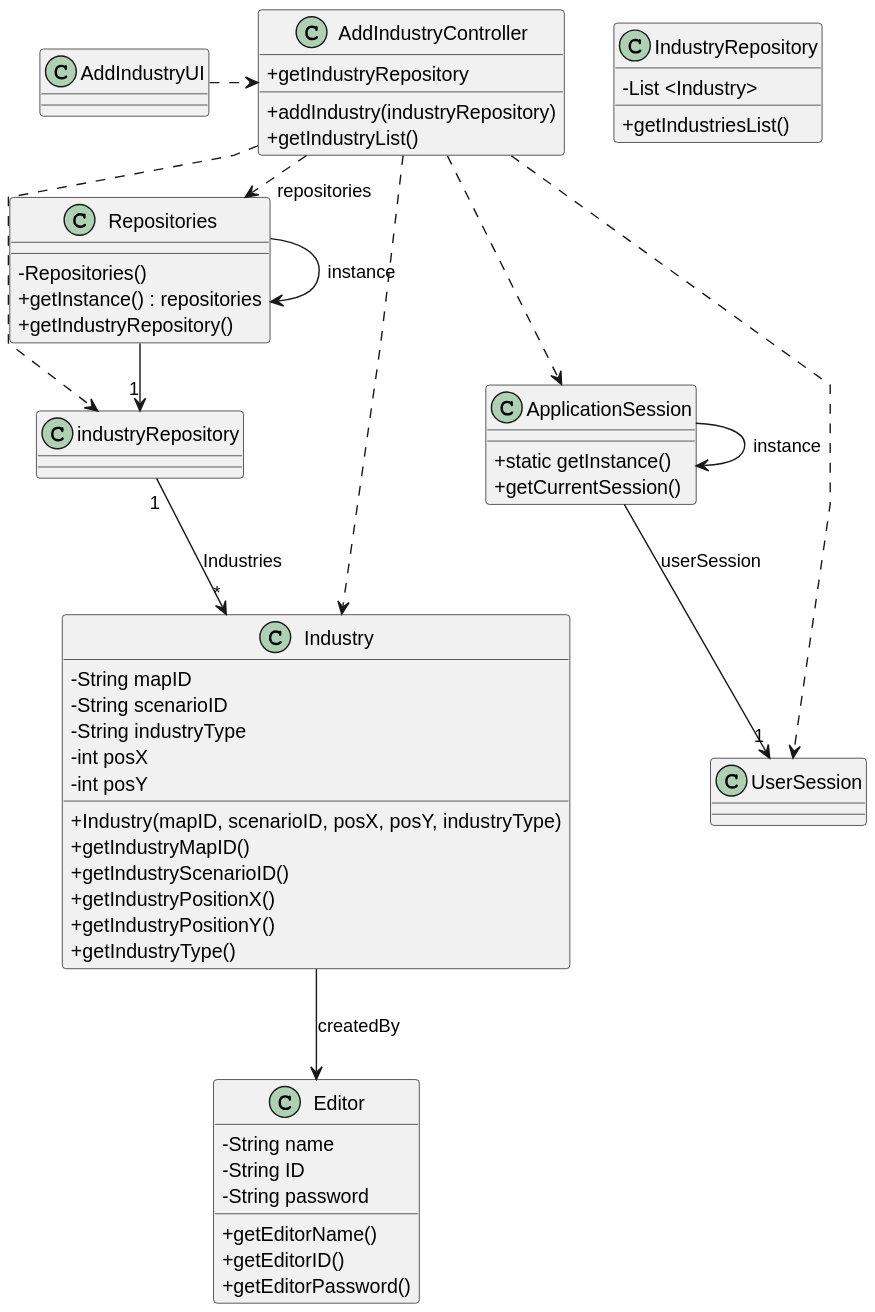
Earlier version of the PlantUML export docs/sprint2/us002/03.design/svg/us002-class-diagram.svg (ivasduarte/all-aboard).
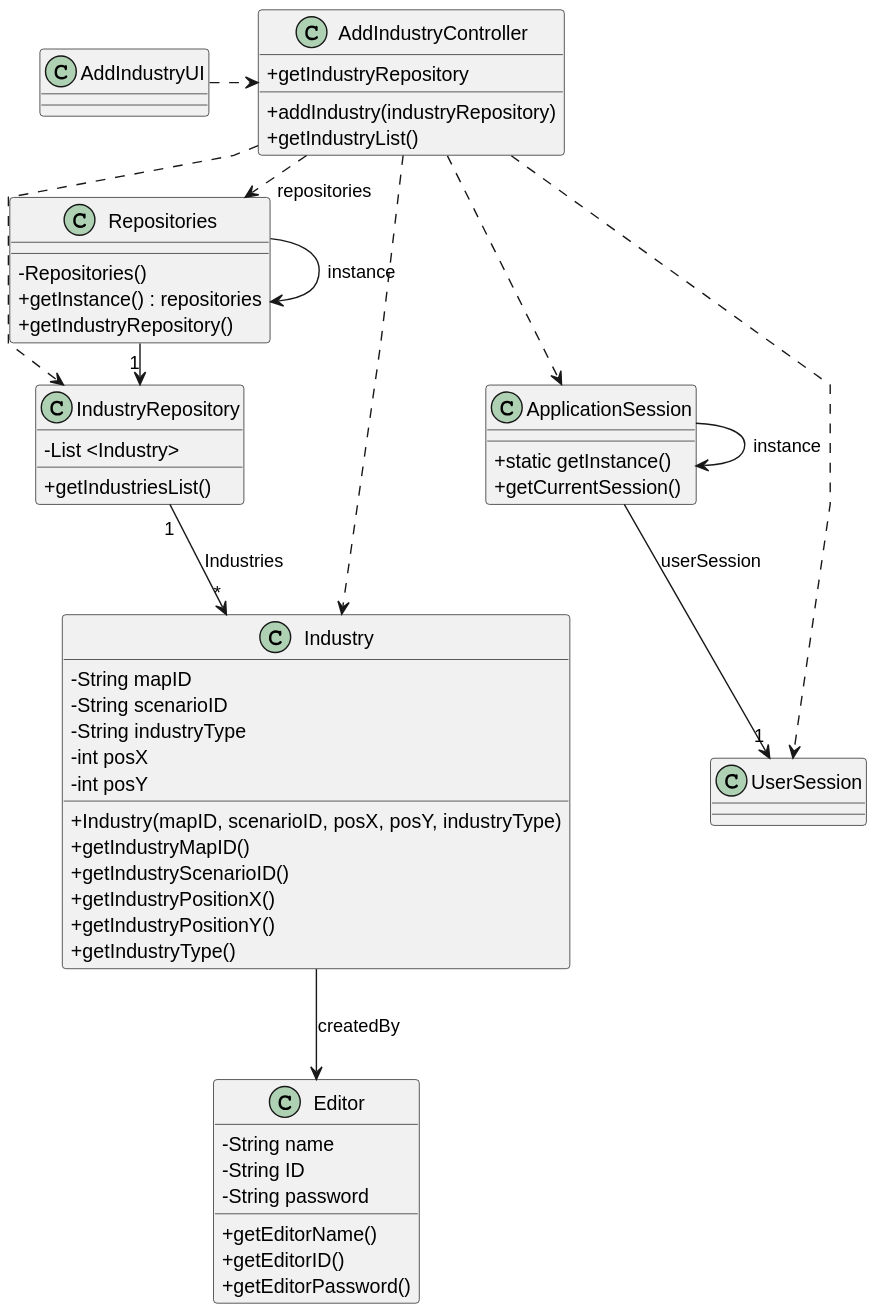
After the commit.

Change to the diagram source:
```diff
@@ -63,16 +63,16 @@
 
 AddIndustryController .> Repositories : repositories
 
-Repositories -> "1" industryRepository
+Repositories -> "1" IndustryRepository
 AddIndustryController ..> Industry
-AddIndustryController ..> industryRepository
+AddIndustryController ..> IndustryRepository
 
 ApplicationSession --> "1" UserSession : userSession
 
 AddIndustryController ..> ApplicationSession
 AddIndustryController ..> UserSession
 
-industryRepository "1" --> "*" Industry : Industries
+IndustryRepository "1" --> "*" Industry : Industries
 
 Industry --> Editor : createdBy
 @enduml
```
